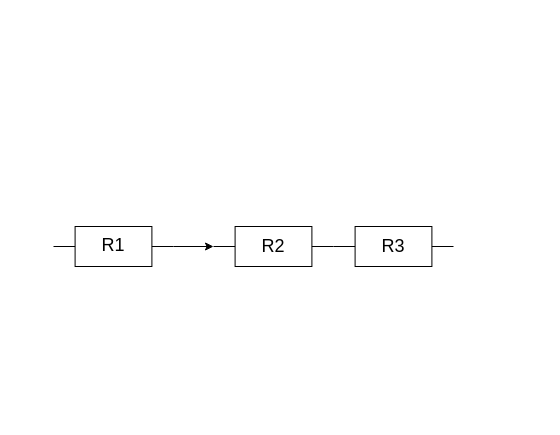
Before: diagrams/Untitled Diagram.drawio in jpodolszanska/ieik-diagrams, a draw.io diagram. Source tidied: cells renumbered, new cells numbered last; positions are measured from the earlier drawing's top-left corner, leaving out a move shared by most shapes. Both pictures are drawn from the tidied source at 100%, with x=0, y=0 at pixel (53, 226).
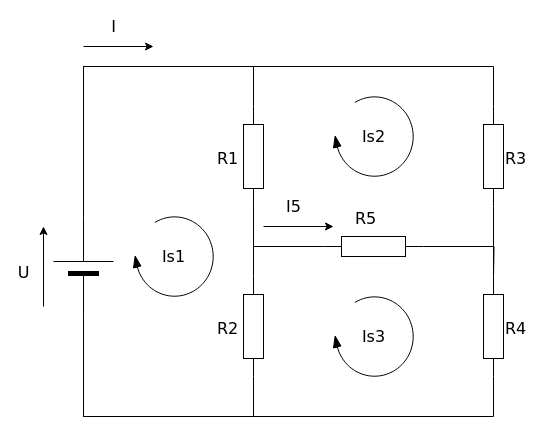
After the change.

What changed in the source:
```diff
@@
-    <mxCell id="2" style="edgeStyle=orthogonalEdgeStyle;rounded=0;jettySize=auto;html=1;" parent="1" edge="1" source="3" target="4">
-      <mxGeometry relative="1" as="geometry" />
-    </mxCell>
-    <mxCell id="3" style="verticalLabelPosition=bottom;shadow=0;dashed=0;align=center;html=1;verticalAlign=top;shape=mxgraph.electrical.resistors.resistor_1;" parent="1" vertex="1">
-      <mxGeometry width="120" height="40" as="geometry" />
-    </mxCell>
-    <mxCell id="4" style="verticalLabelPosition=bottom;shadow=0;dashed=0;align=center;html=1;verticalAlign=top;shape=mxgraph.electrical.resistors.resistor_1;" parent="1" vertex="1">
-      <mxGeometry x="160" width="120" height="40" as="geometry" />
-    </mxCell>
-    <mxCell id="5" style="verticalLabelPosition=bottom;shadow=0;dashed=0;align=center;html=1;verticalAlign=top;shape=mxgraph.electrical.resistors.resistor_1;" parent="1" vertex="1">
-      <mxGeometry x="280" width="120" height="40" as="geometry" />
-    </mxCell>
+    <mxCell id="9" style="edgeStyle=orthogonalEdgeStyle;rounded=0;html=1;exitX=1;exitY=0.5;exitPerimeter=0;entryX=1;entryY=0.5;entryPerimeter=0;labelBackgroundColor=none;startArrow=none;startFill=0;startSize=5;endArrow=none;endFill=0;endSize=5;jettySize=auto;strokeWidth=1;fontFamily=Verdana;fontSize=12;" parent="1" edge="1" source="11" target="14">
+      <mxGeometry relative="1" as="geometry">
+        <Array as="points">
+          <mxPoint x="30" y="-160" />
+          <mxPoint x="200" y="-160" />
+        </Array>
+      </mxGeometry>
+    </mxCell>
+    <mxCell id="10" style="edgeStyle=orthogonalEdgeStyle;rounded=0;html=1;exitX=1;exitY=0.5;exitPerimeter=0;entryX=1;entryY=0.5;entryPerimeter=0;labelBackgroundColor=none;startArrow=none;startFill=0;startSize=5;endArrow=none;endFill=0;endSize=5;jettySize=auto;strokeWidth=1;fontFamily=Verdana;fontSize=12;" parent="1" edge="1" source="11" target="16">
+      <mxGeometry relative="1" as="geometry">
+        <Array as="points">
+          <mxPoint x="30" y="-160" />
+          <mxPoint x="440" y="-160" />
+        </Array>
+      </mxGeometry>
+    </mxCell>
+    <mxCell id="11" style="verticalLabelPosition=bottom;shadow=0;dashed=0;align=center;fillColor=#000000;html=1;verticalAlign=top;strokeWidth=1;shape=mxgraph.electrical.miscellaneous.monocell_battery;rounded=1;comic=0;labelBackgroundColor=none;fontFamily=Verdana;fontSize=12;rotation=-90;" parent="1" vertex="1">
+      <mxGeometry x="-20" y="10" width="100" height="60" as="geometry" />
+    </mxCell>
+    <mxCell id="12" style="edgeStyle=orthogonalEdgeStyle;rounded=0;html=1;exitX=0;exitY=0.5;exitPerimeter=0;entryX=0;entryY=0.5;entryPerimeter=0;labelBackgroundColor=none;startArrow=none;startFill=0;startSize=5;endArrow=none;endFill=0;endSize=5;jettySize=auto;strokeWidth=1;fontFamily=Verdana;fontSize=12;" parent="1" edge="1" source="14" target="22">
+      <mxGeometry relative="1" as="geometry" />
+    </mxCell>
+    <mxCell id="13" style="edgeStyle=orthogonalEdgeStyle;rounded=0;html=1;exitX=0;exitY=0.5;exitPerimeter=0;entryX=1;entryY=0.5;entryPerimeter=0;labelBackgroundColor=none;startArrow=none;startFill=0;startSize=5;endArrow=none;endFill=0;endSize=5;jettySize=auto;strokeWidth=1;fontFamily=Verdana;fontSize=12;" parent="1" edge="1" source="14" target="18">
+      <mxGeometry relative="1" as="geometry" />
+    </mxCell>
+    <mxCell id="14" style="verticalLabelPosition=bottom;shadow=0;dashed=0;align=center;html=1;verticalAlign=top;strokeWidth=1;shape=mxgraph.electrical.resistors.resistor_1;rounded=1;comic=0;labelBackgroundColor=none;fontFamily=Verdana;fontSize=12;rotation=-90;" parent="1" vertex="1">
+      <mxGeometry x="150" y="-80" width="100" height="20" as="geometry" />
+    </mxCell>
+    <mxCell id="15" style="edgeStyle=orthogonalEdgeStyle;rounded=0;html=1;exitX=0;exitY=0.5;exitPerimeter=0;entryX=1;entryY=0.5;entryPerimeter=0;labelBackgroundColor=none;startArrow=none;startFill=0;startSize=5;endArrow=none;endFill=0;endSize=5;jettySize=auto;strokeWidth=1;fontFamily=Verdana;fontSize=12;" parent="1" edge="1" source="16" target="20">
+      <mxGeometry relative="1" as="geometry" />
+    </mxCell>
+    <mxCell id="16" style="verticalLabelPosition=bottom;shadow=0;dashed=0;align=center;html=1;verticalAlign=top;strokeWidth=1;shape=mxgraph.electrical.resistors.resistor_1;rounded=1;comic=0;labelBackgroundColor=none;fontFamily=Verdana;fontSize=12;rotation=-90;" parent="1" vertex="1">
+      <mxGeometry x="390" y="-80" width="100" height="20" as="geometry" />
+    </mxCell>
+    <mxCell id="17" style="edgeStyle=orthogonalEdgeStyle;rounded=0;html=1;exitX=0;exitY=0.5;exitPerimeter=0;entryX=0;entryY=0.5;entryPerimeter=0;labelBackgroundColor=none;startArrow=none;startFill=0;startSize=5;endArrow=none;endFill=0;endSize=5;jettySize=auto;strokeWidth=1;fontFamily=Verdana;fontSize=12;" parent="1" edge="1" source="18" target="11">
+      <mxGeometry relative="1" as="geometry">
+        <Array as="points">
+          <mxPoint x="200" y="190" />
+          <mxPoint x="30" y="190" />
+        </Array>
+      </mxGeometry>
+    </mxCell>
+    <mxCell id="18" style="verticalLabelPosition=bottom;shadow=0;dashed=0;align=center;html=1;verticalAlign=top;strokeWidth=1;shape=mxgraph.electrical.resistors.resistor_1;rounded=1;comic=0;labelBackgroundColor=none;fontFamily=Verdana;fontSize=12;rotation=-90;" parent="1" vertex="1">
+      <mxGeometry x="150" y="90" width="100" height="20" as="geometry" />
+    </mxCell>
+    <mxCell id="19" style="edgeStyle=orthogonalEdgeStyle;rounded=0;html=1;exitX=0;exitY=0.5;exitPerimeter=0;entryX=0;entryY=0.5;entryPerimeter=0;labelBackgroundColor=none;startArrow=none;startFill=0;startSize=5;endArrow=none;endFill=0;endSize=5;jettySize=auto;strokeWidth=1;fontFamily=Verdana;fontSize=12;" parent="1" edge="1" source="20" target="11">
+      <mxGeometry relative="1" as="geometry">
+        <Array as="points">
+          <mxPoint x="440" y="190" />
+          <mxPoint x="30" y="190" />
+        </Array>
+      </mxGeometry>
+    </mxCell>
+    <mxCell id="20" style="verticalLabelPosition=bottom;shadow=0;dashed=0;align=center;html=1;verticalAlign=top;strokeWidth=1;shape=mxgraph.electrical.resistors.resistor_1;rounded=1;comic=0;labelBackgroundColor=none;fontFamily=Verdana;fontSize=12;rotation=-90;" parent="1" vertex="1">
+      <mxGeometry x="390" y="90" width="100" height="20" as="geometry" />
+    </mxCell>
+    <mxCell id="21" style="edgeStyle=orthogonalEdgeStyle;rounded=0;html=1;exitX=1;exitY=0.5;exitPerimeter=0;labelBackgroundColor=none;startArrow=none;startFill=0;startSize=5;endArrow=none;endFill=0;endSize=5;jettySize=auto;strokeWidth=1;fontFamily=Verdana;fontSize=12;" parent="1" edge="1" source="22">
+      <mxGeometry relative="1" as="geometry">
+        <mxPoint x="440" y="50" as="targetPoint" />
+      </mxGeometry>
+    </mxCell>
+    <mxCell id="22" style="verticalLabelPosition=bottom;shadow=0;dashed=0;align=center;fillColor=#ffffff;html=1;verticalAlign=top;strokeWidth=1;shape=mxgraph.electrical.resistors.resistor_1;rounded=1;comic=0;labelBackgroundColor=none;fontFamily=Verdana;fontSize=12;fontColor=#000000;rotation=0;" parent="1" vertex="1">
+      <mxGeometry x="270" y="10" width="100" height="20" as="geometry" />
+    </mxCell>
-    <mxCell id="6" value="&lt;div style=&quot;font-size: 18px&quot;&gt;&lt;font style=&quot;font-size: 18px&quot;&gt;R1&lt;/font&gt;&lt;/div&gt;&lt;div style=&quot;font-size: 18px&quot;&gt;&lt;font style=&quot;font-size: 18px&quot;&gt;&lt;br&gt;&lt;/font&gt;&lt;/div&gt;" style="text;html=1;strokeColor=none;fillColor=none;align=center;verticalAlign=middle;whiteSpace=wrap;rounded=0;" parent="1" vertex="1">
-      <mxGeometry x="40" y="20" width="40" height="20" as="geometry" />
+    <mxCell id="6" value="R1" style="text;html=1;align=left;verticalAlign=top;spacingTop=-4;fontSize=16;fontFamily=Verdana;" parent="1" vertex="1">
+      <mxGeometry x="162" y="-80" width="40" height="20" as="geometry" />
     </mxCell>
-    <mxCell id="7" value="&lt;font style=&quot;font-size: 18px&quot;&gt;R2&lt;/font&gt;" style="text;html=1;strokeColor=none;fillColor=none;align=center;verticalAlign=middle;whiteSpace=wrap;rounded=0;" parent="1" vertex="1">
-      <mxGeometry x="200" y="10" width="40" height="20" as="geometry" />
+    <mxCell id="7" value="R2" style="text;html=1;align=left;verticalAlign=top;spacingTop=-4;fontSize=16;fontFamily=Verdana;" parent="1" vertex="1">
+      <mxGeometry x="162" y="90" width="40" height="20" as="geometry" />
     </mxCell>
+    <mxCell id="23" value="R5" style="text;html=1;align=left;verticalAlign=top;spacingTop=-4;fontSize=16;fontFamily=Verdana;" parent="1" vertex="1">
+      <mxGeometry x="300" y="-20" width="40" height="20" as="geometry" />
+    </mxCell>
-    <mxCell id="8" value="&lt;font style=&quot;font-size: 18px&quot;&gt;R3&lt;/font&gt;" style="text;html=1;strokeColor=none;fillColor=none;align=center;verticalAlign=middle;whiteSpace=wrap;rounded=0;" parent="1" vertex="1">
-      <mxGeometry x="320" y="10" width="40" height="20" as="geometry" />
+    <mxCell id="8" value="R3" style="text;html=1;align=left;verticalAlign=top;spacingTop=-4;fontSize=16;fontFamily=Verdana;" parent="1" vertex="1">
+      <mxGeometry x="450" y="-80" width="40" height="20" as="geometry" />
     </mxCell>
+    <mxCell id="24" value="R4" style="text;html=1;align=left;verticalAlign=top;spacingTop=-4;fontSize=16;fontFamily=Verdana;" parent="1" vertex="1">
+      <mxGeometry x="450" y="90" width="40" height="20" as="geometry" />
+    </mxCell>
+    <mxCell id="25" value="I" style="endArrow=classic;html=1;labelBackgroundColor=none;strokeWidth=1;fontFamily=Verdana;fontSize=16;" parent="1" edge="1">
+      <mxGeometry x="-0.14" y="20" relative="1" as="geometry">
+        <mxPoint x="30" y="-180" as="sourcePoint" />
+        <mxPoint x="100" y="-180" as="targetPoint" />
+      </mxGeometry>
+    </mxCell>
+    <mxCell id="26" value="U" style="endArrow=classic;html=1;labelBackgroundColor=none;strokeWidth=1;fontFamily=Verdana;fontSize=16;" parent="1" edge="1">
+      <mxGeometry x="-0.14" y="20" relative="1" as="geometry">
+        <mxPoint x="-10" y="80" as="sourcePoint" />
+        <mxPoint x="-10" as="targetPoint" />
+      </mxGeometry>
+    </mxCell>
+    <mxCell id="27" value="I5" style="endArrow=classic;html=1;labelBackgroundColor=none;strokeWidth=1;fontFamily=Verdana;fontSize=16;" parent="1" edge="1">
+      <mxGeometry x="-0.14" y="20" relative="1" as="geometry">
+        <mxPoint x="210" as="sourcePoint" />
+        <mxPoint x="280" as="targetPoint" />
+      </mxGeometry>
+    </mxCell>
+    <mxCell id="28" value="Is1" style="verticalLabelPosition=middle;html=1;verticalAlign=middle;strokeWidth=1;shape=mxgraph.lean_mapping.physical_pull;rounded=1;shadow=0;comic=0;labelBackgroundColor=none;fillColor=#000000;fontFamily=Verdana;fontSize=16;align=center;flipH=1;labelPosition=center;" parent="1" vertex="1">
+      <mxGeometry x="80" y="-10" width="80" height="80" as="geometry" />
+    </mxCell>
+    <mxCell id="29" value="Is2" style="verticalLabelPosition=middle;html=1;verticalAlign=middle;strokeWidth=1;shape=mxgraph.lean_mapping.physical_pull;rounded=1;shadow=0;comic=0;labelBackgroundColor=none;fillColor=#000000;fontFamily=Verdana;fontSize=16;align=center;flipH=1;labelPosition=center;" parent="1" vertex="1">
+      <mxGeometry x="280" y="-130" width="80" height="80" as="geometry" />
+    </mxCell>
+    <mxCell id="30" value="Is3" style="verticalLabelPosition=middle;html=1;verticalAlign=middle;strokeWidth=1;shape=mxgraph.lean_mapping.physical_pull;rounded=1;shadow=0;comic=0;labelBackgroundColor=none;fillColor=#000000;fontFamily=Verdana;fontSize=16;align=center;flipH=1;labelPosition=center;" parent="1" vertex="1">
+      <mxGeometry x="280" y="70" width="80" height="80" as="geometry" />
+    </mxCell>
```
